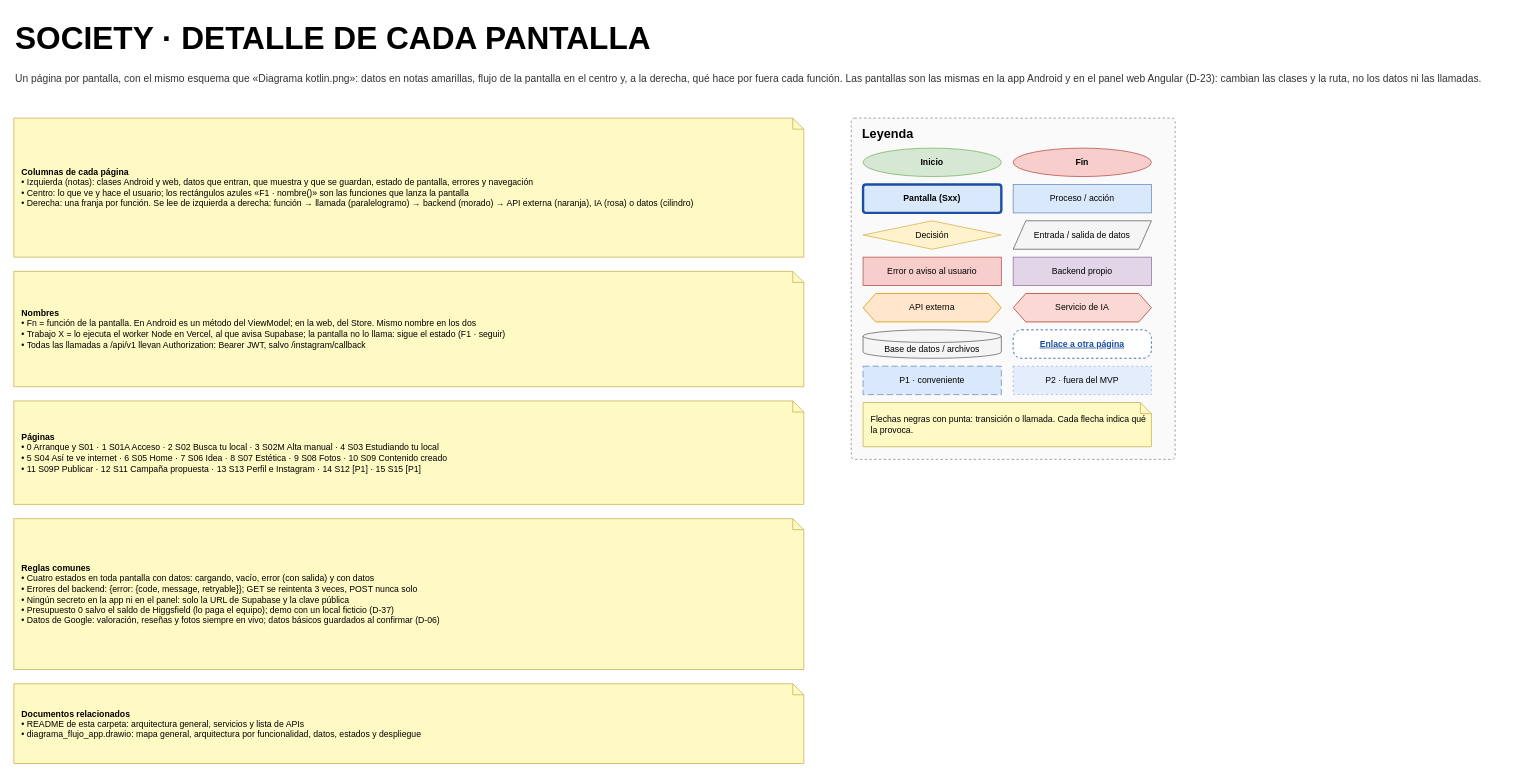
Earlier version of the draw.io diagram page "Índice y cómo leer" (1 of 17) of docs/arquitectura/diagramas/diagrama-pantallas-detalle.drawio (Ju4nmaFd3z/Society). Source tidied: cells renumbered, new cells numbered last; positions are measured from the earlier drawing's top-left corner, leaving out a move shared by most shapes. Both pictures are drawn from the tidied source at 79%, with x=0, y=0 at pixel (13, 13).
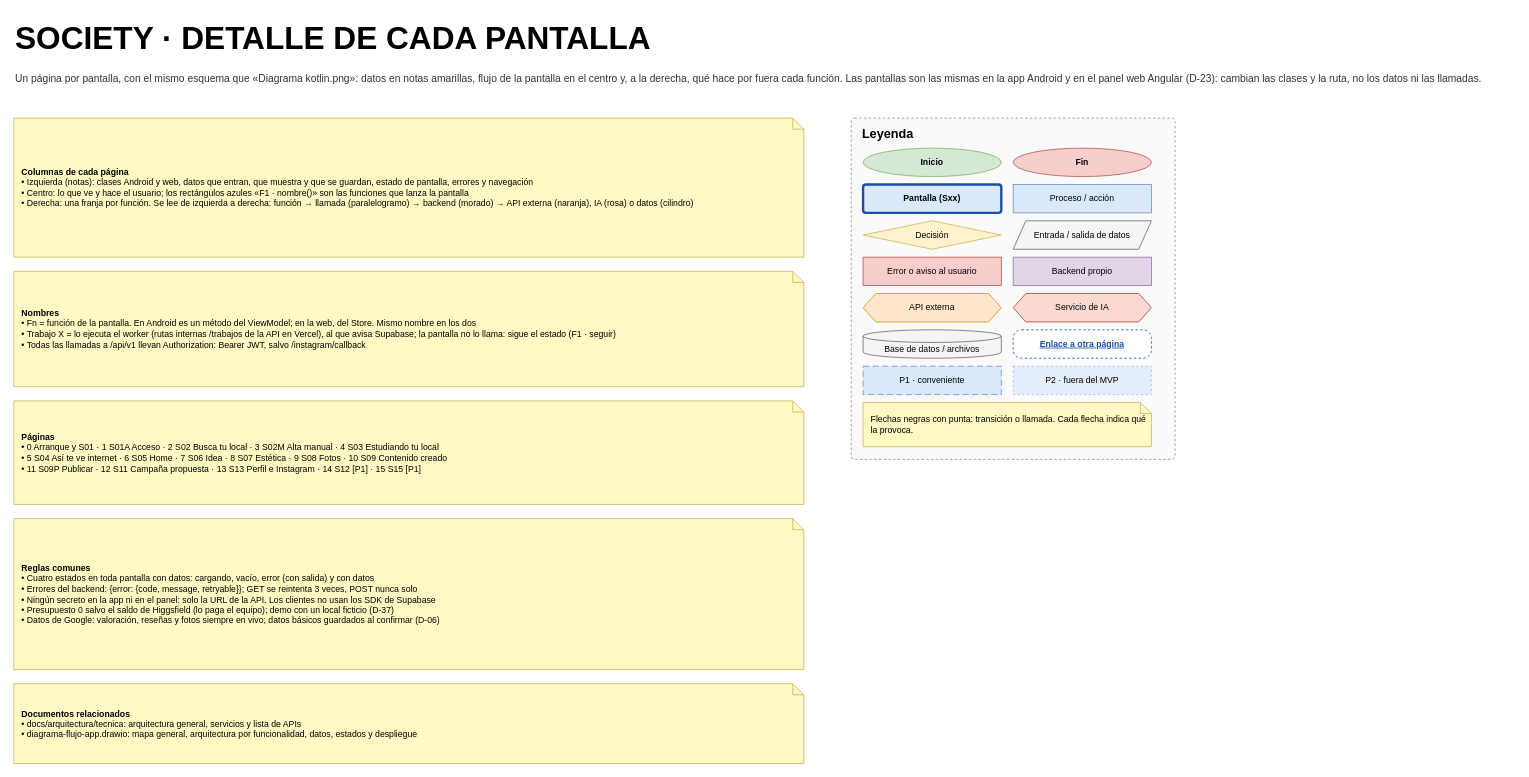
After the change.

The edit, as a diff of the source:
```diff
@@
-    <mxCell id="6" value="&lt;b&gt;Nombres&lt;/b&gt;&lt;br&gt;• Fn = función de la pantalla. En Android es un método del ViewModel; en la web, del Store. Mismo nombre en los dos&lt;br&gt;• Trabajo X = lo ejecuta el worker Node en Vercel, al que avisa Supabase; la pantalla no lo llama: sigue el estado (F1 · seguir)&lt;br&gt;• Todas las llamadas a /api/v1 llevan Authorization: Bearer JWT, salvo /instagram/callback" style="shape=note;size=14;whiteSpace=wrap;html=1;fontSize=12;fillColor=#fff9c4;strokeColor=#c9b458;align=left;spacingLeft=8;spacingRight=6;fontSize=11;" parent="1" vertex="1">
+    <mxCell id="6" value="&lt;b&gt;Nombres&lt;/b&gt;&lt;br&gt;• Fn = función de la pantalla. En Android es un método del ViewModel; en la web, del Store. Mismo nombre en los dos&lt;br&gt;• Trabajo X = lo ejecuta el worker (rutas internas /trabajos de la API en Vercel), al que avisa Supabase; la pantalla no lo llama: sigue el estado (F1 · seguir)&lt;br&gt;• Todas las llamadas a /api/v1 llevan Authorization: Bearer JWT, salvo /instagram/callback" style="shape=note;size=14;whiteSpace=wrap;html=1;fontSize=12;fillColor=#fff9c4;strokeColor=#c9b458;align=left;spacingLeft=8;spacingRight=6;fontSize=11;" parent="1" vertex="1">
       <mxGeometry y="326" width="1000" height="146" as="geometry" />
     </mxCell>
@@
-    <mxCell id="8" value="&lt;b&gt;Reglas comunes&lt;/b&gt;&lt;br&gt;• Cuatro estados en toda pantalla con datos: cargando, vacío, error (con salida) y con datos&lt;br&gt;• Errores del backend: {error: {code, message, retryable}}; GET se reintenta 3 veces, POST nunca solo&lt;br&gt;• Ningún secreto en la app ni en el panel: solo la URL de Supabase y la clave pública&lt;br&gt;• Presupuesto 0 salvo el saldo de Higgsfield (lo paga el equipo); demo con un local ficticio (D-37)&lt;br&gt;• Datos de Google: valoración, reseñas y fotos siempre en vivo; datos básicos guardados al confirmar (D-06)" style="shape=note;size=14;whiteSpace=wrap;html=1;fontSize=12;fillColor=#fff9c4;strokeColor=#c9b458;align=left;spacingLeft=8;spacingRight=6;fontSize=11;" parent="1" vertex="1">
+    <mxCell id="8" value="&lt;b&gt;Reglas comunes&lt;/b&gt;&lt;br&gt;• Cuatro estados en toda pantalla con datos: cargando, vacío, error (con salida) y con datos&lt;br&gt;• Errores del backend: {error: {code, message, retryable}}; GET se reintenta 3 veces, POST nunca solo&lt;br&gt;• Ningún secreto en la app ni en el panel: solo la URL de la API. Los clientes no usan los SDK de Supabase&lt;br&gt;• Presupuesto 0 salvo el saldo de Higgsfield (lo paga el equipo); demo con un local ficticio (D-37)&lt;br&gt;• Datos de Google: valoración, reseñas y fotos siempre en vivo; datos básicos guardados al confirmar (D-06)" style="shape=note;size=14;whiteSpace=wrap;html=1;fontSize=12;fillColor=#fff9c4;strokeColor=#c9b458;align=left;spacingLeft=8;spacingRight=6;fontSize=11;" parent="1" vertex="1">
       <mxGeometry y="639" width="1000" height="191" as="geometry" />
     </mxCell>
-    <mxCell id="9" value="&lt;b&gt;Documentos relacionados&lt;/b&gt;&lt;br&gt;• README de esta carpeta: arquitectura general, servicios y lista de APIs&lt;br&gt;• diagrama_flujo_app.drawio: mapa general, arquitectura por funcionalidad, datos, estados y despliegue" style="shape=note;size=14;whiteSpace=wrap;html=1;fontSize=12;fillColor=#fff9c4;strokeColor=#c9b458;align=left;spacingLeft=8;spacingRight=6;fontSize=11;" parent="1" vertex="1">
+    <mxCell id="9" value="&lt;b&gt;Documentos relacionados&lt;/b&gt;&lt;br&gt;• docs/arquitectura/tecnica: arquitectura general, servicios y lista de APIs&lt;br&gt;• diagrama-flujo-app.drawio: mapa general, arquitectura por funcionalidad, datos, estados y despliegue" style="shape=note;size=14;whiteSpace=wrap;html=1;fontSize=12;fillColor=#fff9c4;strokeColor=#c9b458;align=left;spacingLeft=8;spacingRight=6;fontSize=11;" parent="1" vertex="1">
       <mxGeometry y="848" width="1000" height="101" as="geometry" />
     </mxCell>
```
